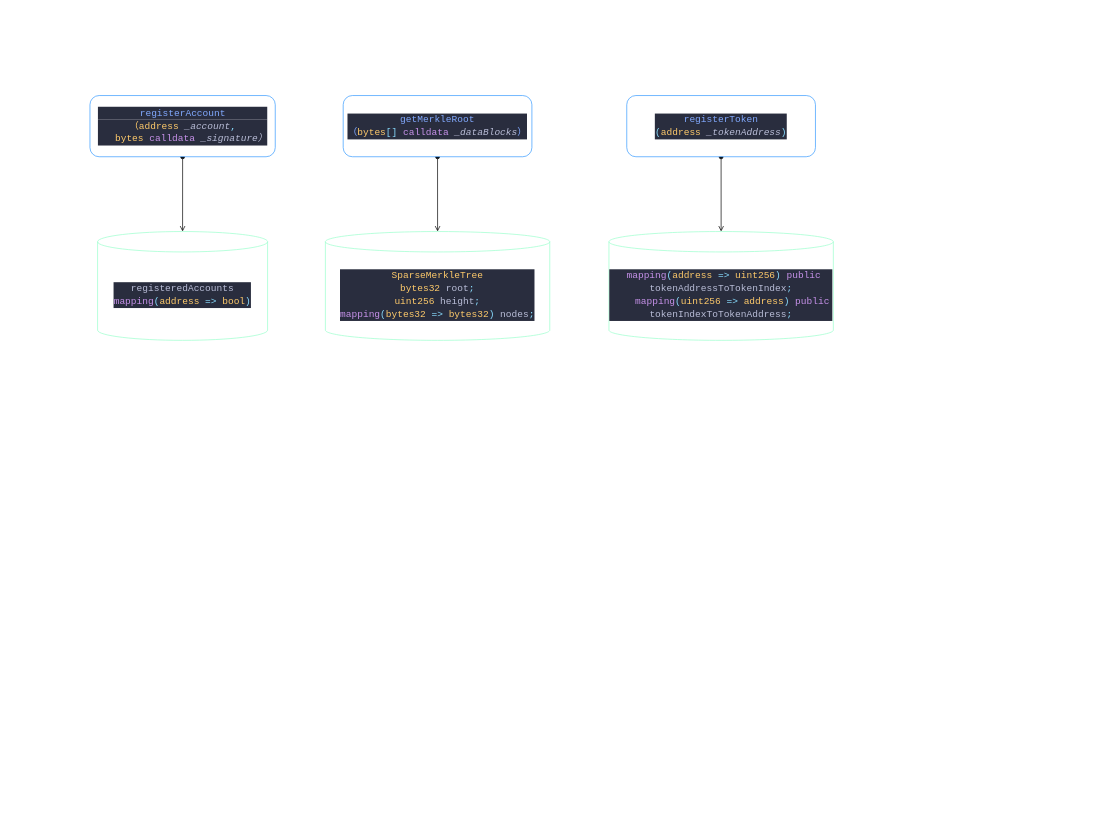
The draw.io diagram OR.drawio in bullshitking-99/optimistic-rollup, before the edit. Source tidied: cells renumbered, new cells numbered last; positions are measured from the earlier drawing's top-left corner, leaving out a move shared by most shapes. Both pictures are drawn from the tidied source at 68%, with x=0, y=0 at pixel (90, 95).
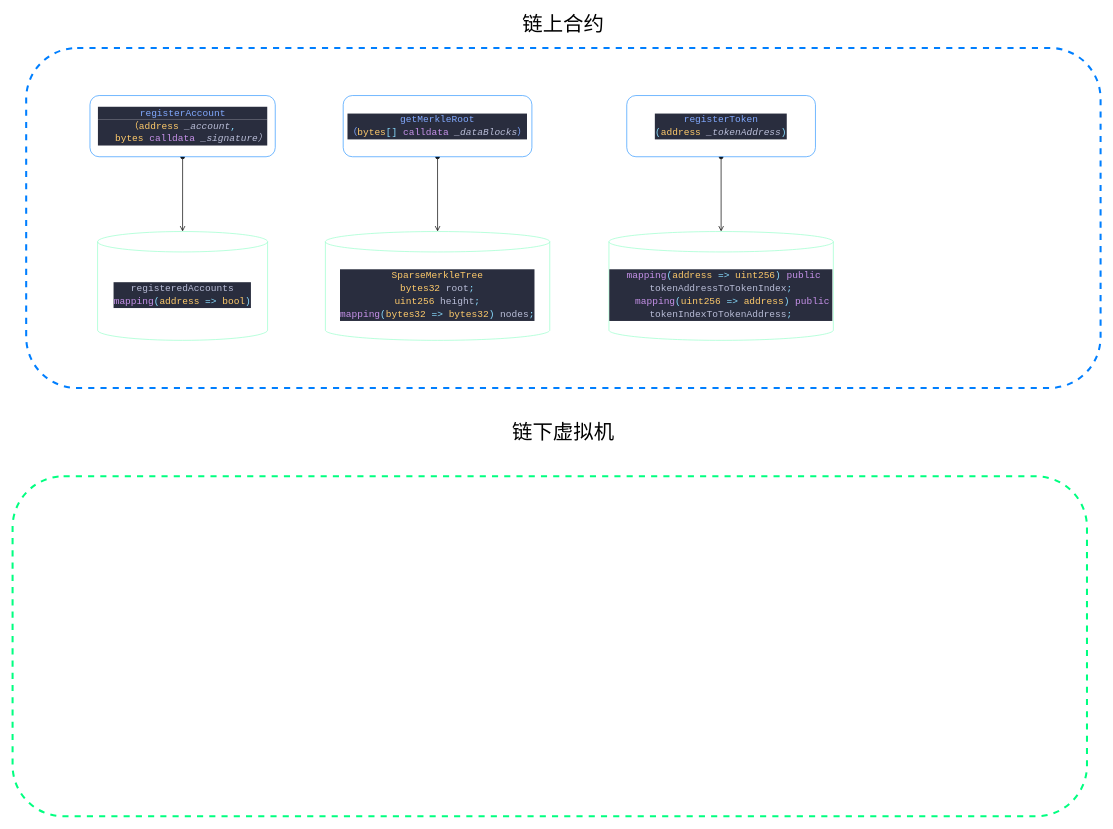
The same page after the edit.

What changed in the source:
```diff
@@
 <mxGraphModel>
   <root>
     <mxCell id="0" />
     <mxCell id="1" parent="0" />
+    <mxCell id="11" style="rounded=1;whiteSpace=wrap;html=1;fillColor=none;strokeColor=#00FF80;dashed=1;strokeWidth=3;" parent="1" vertex="1">
+      <mxGeometry x="-114" y="560" width="1580" height="500" as="geometry" />
+    </mxCell>
+    <mxCell id="12" style="rounded=1;whiteSpace=wrap;html=1;fillColor=none;strokeColor=#007FFF;dashed=1;strokeWidth=3;" parent="1" vertex="1">
+      <mxGeometry x="-94" y="-70" width="1580" height="500" as="geometry" />
+    </mxCell>
     <mxCell id="2" style="edgeStyle=none;html=1;exitX=0.5;exitY=1;exitDx=0;exitDy=0;entryX=0.5;entryY=0;entryDx=0;entryDy=0;entryPerimeter=0;startArrow=oval;startFill=1;endArrow=open;endFill=0;" parent="1" edge="1" source="3" target="4">
       <mxGeometry relative="1" as="geometry" />
     </mxCell>
     <mxCell id="3" value="&lt;div style=&quot;color: rgb(186, 190, 216); background-color: rgb(41, 45, 62); font-family: &amp;quot;Fira Code&amp;quot;, Consolas, &amp;quot;Microsoft Yahei&amp;quot;, Consolas, &amp;quot;Courier New&amp;quot;, monospace; font-size: 14px; line-height: 19px;&quot;&gt;&lt;span style=&quot;color: #82aaff;&quot;&gt;registerAccount&lt;/span&gt;&lt;/div&gt;&lt;div style=&quot;color: rgb(186, 190, 216); background-color: rgb(41, 45, 62); font-family: &amp;quot;Fira Code&amp;quot;, Consolas, &amp;quot;Microsoft Yahei&amp;quot;, Consolas, &amp;quot;Courier New&amp;quot;, monospace; font-size: 14px; line-height: 19px;&quot;&gt;&lt;div style=&quot;line-height: 19px;&quot;&gt;&lt;div style=&quot;line-height: 19px;&quot;&gt;&lt;div&gt;&lt;span style=&quot;color: #ffcb6b;&quot;&gt;（address&lt;/span&gt; &lt;span style=&quot;font-style: italic;&quot;&gt;_account&lt;/span&gt;&lt;span style=&quot;color: #89ddff;&quot;&gt;,&lt;/span&gt;&lt;/div&gt;&lt;div&gt;&amp;nbsp; &amp;nbsp;&lt;span style=&quot;color: #ffcb6b;&quot;&gt;bytes&lt;/span&gt; &lt;span style=&quot;color: #c792ea;&quot;&gt;calldata&lt;/span&gt; &lt;span style=&quot;font-style: italic;&quot;&gt;_signature）&lt;/span&gt;&lt;/div&gt;&lt;/div&gt;&lt;/div&gt;&lt;/div&gt;" style="rounded=1;whiteSpace=wrap;html=1;strokeColor=#3399FF;" parent="1" vertex="1">
       <mxGeometry x="-0.2" width="272.5" height="90" as="geometry" />
     </mxCell>
     <mxCell id="4" value="&lt;div style=&quot;background-color: rgb(41, 45, 62); font-family: &amp;quot;Fira Code&amp;quot;, Consolas, &amp;quot;Microsoft Yahei&amp;quot;, Consolas, &amp;quot;Courier New&amp;quot;, monospace; font-size: 14px; line-height: 19px;&quot;&gt;&lt;div style=&quot;line-height: 19px;&quot;&gt;&lt;div style=&quot;color: rgb(186, 190, 216); line-height: 19px;&quot;&gt;&lt;div style=&quot;line-height: 19px;&quot;&gt;registeredAccounts&lt;/div&gt;&lt;/div&gt;&lt;div style=&quot;color: rgb(186, 190, 216); line-height: 19px;&quot;&gt;&lt;span style=&quot;color: #c792ea;&quot;&gt;mapping&lt;/span&gt;&lt;span style=&quot;color: #89ddff;&quot;&gt;(&lt;/span&gt;&lt;span style=&quot;color: #ffcb6b;&quot;&gt;address&lt;/span&gt; &lt;span style=&quot;color: #89ddff;&quot;&gt;=&amp;gt;&lt;/span&gt; &lt;span style=&quot;color: #ffcb6b;&quot;&gt;bool&lt;/span&gt;&lt;span style=&quot;color: #89ddff;&quot;&gt;)&lt;/span&gt;&lt;/div&gt;&lt;/div&gt;&lt;/div&gt;" style="shape=cylinder3;whiteSpace=wrap;html=1;boundedLbl=1;backgroundOutline=1;size=15;strokeColor=#99FFCC;" parent="1" vertex="1">
       <mxGeometry x="11" y="200" width="250" height="160" as="geometry" />
     </mxCell>
     <mxCell id="5" value="&lt;div style=&quot;background-color: rgb(41, 45, 62); font-family: &amp;quot;Fira Code&amp;quot;, Consolas, &amp;quot;Microsoft Yahei&amp;quot;, Consolas, &amp;quot;Courier New&amp;quot;, monospace; font-size: 14px; line-height: 19px;&quot;&gt;&lt;div style=&quot;line-height: 19px;&quot;&gt;&lt;div style=&quot;color: rgb(186, 190, 216); line-height: 19px;&quot;&gt;&lt;div style=&quot;line-height: 19px;&quot;&gt;&lt;span style=&quot;color: rgb(255, 203, 107);&quot;&gt;SparseMerkleTree&lt;/span&gt;&lt;br&gt;&lt;/div&gt;&lt;/div&gt;&lt;div style=&quot;color: rgb(186, 190, 216); line-height: 19px;&quot;&gt;&lt;div style=&quot;line-height: 19px;&quot;&gt;&lt;div&gt;&lt;span style=&quot;color: #ffcb6b;&quot;&gt;bytes32&lt;/span&gt; root&lt;span style=&quot;color: #89ddff;&quot;&gt;;&lt;/span&gt;&lt;/div&gt;&lt;div&gt;&lt;span style=&quot;color: rgb(255, 203, 107);&quot;&gt;uint256&lt;/span&gt; height&lt;span style=&quot;color: rgb(137, 221, 255);&quot;&gt;;&lt;/span&gt;&lt;/div&gt;&lt;div&gt;&lt;span style=&quot;color: rgb(199, 146, 234);&quot;&gt;mapping&lt;/span&gt;&lt;span style=&quot;color: rgb(137, 221, 255);&quot;&gt;(&lt;/span&gt;&lt;span style=&quot;color: rgb(255, 203, 107);&quot;&gt;bytes32&lt;/span&gt; &lt;span style=&quot;color: rgb(137, 221, 255);&quot;&gt;=&amp;gt;&lt;/span&gt; &lt;span style=&quot;color: rgb(255, 203, 107);&quot;&gt;bytes32&lt;/span&gt;&lt;span style=&quot;color: rgb(137, 221, 255);&quot;&gt;)&lt;/span&gt; nodes&lt;span style=&quot;color: rgb(137, 221, 255);&quot;&gt;;&lt;/span&gt;&lt;/div&gt;&lt;/div&gt;&lt;/div&gt;&lt;/div&gt;&lt;/div&gt;" style="shape=cylinder3;whiteSpace=wrap;html=1;boundedLbl=1;backgroundOutline=1;size=15;strokeColor=#99FFCC;" parent="1" vertex="1">
       <mxGeometry x="346" y="200" width="330" height="160" as="geometry" />
     </mxCell>
     <mxCell id="6" style="edgeStyle=none;html=1;exitX=0.5;exitY=1;exitDx=0;exitDy=0;entryX=0.5;entryY=0;entryDx=0;entryDy=0;entryPerimeter=0;startArrow=oval;startFill=1;endArrow=open;endFill=0;" parent="1" edge="1" source="7" target="5">
       <mxGeometry relative="1" as="geometry" />
     </mxCell>
     <mxCell id="7" value="&lt;div style=&quot;color: rgb(186, 190, 216); background-color: rgb(41, 45, 62); font-family: &amp;quot;Fira Code&amp;quot;, Consolas, &amp;quot;Microsoft Yahei&amp;quot;, Consolas, &amp;quot;Courier New&amp;quot;, monospace; font-size: 14px; line-height: 19px;&quot;&gt;&lt;div style=&quot;line-height: 19px;&quot;&gt;&lt;span style=&quot;color: #82aaff;&quot;&gt;getMerkleRoot&lt;/span&gt;&lt;/div&gt;&lt;div style=&quot;line-height: 19px;&quot;&gt;&lt;span style=&quot;color: #82aaff;&quot;&gt;（&lt;/span&gt;&lt;span style=&quot;color: rgb(255, 203, 107);&quot;&gt;bytes&lt;/span&gt;&lt;span style=&quot;color: rgb(137, 221, 255);&quot;&gt;[]&lt;/span&gt;&lt;span style=&quot;&quot;&gt; &lt;/span&gt;&lt;span style=&quot;color: rgb(199, 146, 234);&quot;&gt;calldata&lt;/span&gt;&lt;span style=&quot;&quot;&gt; &lt;/span&gt;&lt;span style=&quot;font-style: italic;&quot;&gt;_dataBlocks&lt;/span&gt;&lt;span style=&quot;color: rgb(130, 170, 255);&quot;&gt;）&lt;/span&gt;&lt;/div&gt;&lt;/div&gt;" style="rounded=1;whiteSpace=wrap;html=1;strokeColor=#3399FF;" parent="1" vertex="1">
       <mxGeometry x="372.2" width="277.5" height="90" as="geometry" />
     </mxCell>
     <mxCell id="8" value="&lt;div style=&quot;background-color: rgb(41, 45, 62); font-family: &amp;quot;Fira Code&amp;quot;, Consolas, &amp;quot;Microsoft Yahei&amp;quot;, Consolas, &amp;quot;Courier New&amp;quot;, monospace; font-size: 14px; line-height: 19px;&quot;&gt;&lt;div style=&quot;line-height: 19px;&quot;&gt;&lt;div style=&quot;color: rgb(186, 190, 216); line-height: 19px;&quot;&gt;&lt;div style=&quot;line-height: 19px;&quot;&gt;&lt;div style=&quot;line-height: 19px;&quot;&gt;&lt;div&gt;&amp;nbsp;&lt;span style=&quot;color: #c792ea;&quot;&gt;mapping&lt;/span&gt;&lt;span style=&quot;color: #89ddff;&quot;&gt;(&lt;/span&gt;&lt;span style=&quot;color: #ffcb6b;&quot;&gt;address&lt;/span&gt; &lt;span style=&quot;color: #89ddff;&quot;&gt;=&amp;gt;&lt;/span&gt; &lt;span style=&quot;color: #ffcb6b;&quot;&gt;uint256&lt;/span&gt;&lt;span style=&quot;color: #89ddff;&quot;&gt;)&lt;/span&gt; &lt;span style=&quot;color: #c792ea;&quot;&gt;public&lt;/span&gt; tokenAddressToTokenIndex&lt;span style=&quot;color: #89ddff;&quot;&gt;;&lt;/span&gt;&lt;/div&gt;&lt;div&gt;&amp;nbsp; &amp;nbsp; &lt;span style=&quot;color: #c792ea;&quot;&gt;mapping&lt;/span&gt;&lt;span style=&quot;color: #89ddff;&quot;&gt;(&lt;/span&gt;&lt;span style=&quot;color: #ffcb6b;&quot;&gt;uint256&lt;/span&gt; &lt;span style=&quot;color: #89ddff;&quot;&gt;=&amp;gt;&lt;/span&gt; &lt;span style=&quot;color: #ffcb6b;&quot;&gt;address&lt;/span&gt;&lt;span style=&quot;color: #89ddff;&quot;&gt;)&lt;/span&gt; &lt;span style=&quot;color: #c792ea;&quot;&gt;public&lt;/span&gt; tokenIndexToTokenAddress&lt;span style=&quot;color: #89ddff;&quot;&gt;;&lt;/span&gt;&lt;/div&gt;&lt;/div&gt;&lt;/div&gt;&lt;/div&gt;&lt;/div&gt;&lt;/div&gt;" style="shape=cylinder3;whiteSpace=wrap;html=1;boundedLbl=1;backgroundOutline=1;size=15;strokeColor=#99FFCC;" parent="1" vertex="1">
       <mxGeometry x="763" y="200" width="330" height="160" as="geometry" />
     </mxCell>
     <mxCell id="9" style="edgeStyle=none;html=1;exitX=0.5;exitY=1;exitDx=0;exitDy=0;entryX=0.5;entryY=0;entryDx=0;entryDy=0;entryPerimeter=0;startArrow=oval;startFill=1;endArrow=open;endFill=0;" parent="1" edge="1" source="10" target="8">
       <mxGeometry relative="1" as="geometry" />
     </mxCell>
     <mxCell id="10" value="&lt;div style=&quot;color: rgb(186, 190, 216); background-color: rgb(41, 45, 62); font-family: &amp;quot;Fira Code&amp;quot;, Consolas, &amp;quot;Microsoft Yahei&amp;quot;, Consolas, &amp;quot;Courier New&amp;quot;, monospace; font-size: 14px; line-height: 19px;&quot;&gt;&lt;div style=&quot;line-height: 19px;&quot;&gt;&lt;div style=&quot;line-height: 19px;&quot;&gt;&lt;span style=&quot;color: #82aaff;&quot;&gt;registerToken&lt;/span&gt;&lt;/div&gt;&lt;div style=&quot;line-height: 19px;&quot;&gt;&lt;span style=&quot;color: #89ddff;&quot;&gt;(&lt;/span&gt;&lt;span style=&quot;color: #ffcb6b;&quot;&gt;address&lt;/span&gt; &lt;span style=&quot;font-style: italic;&quot;&gt;_tokenAddress&lt;/span&gt;&lt;span style=&quot;color: #89ddff;&quot;&gt;)&lt;/span&gt;&lt;/div&gt;&lt;/div&gt;&lt;/div&gt;" style="rounded=1;whiteSpace=wrap;html=1;strokeColor=#3399FF;" parent="1" vertex="1">
       <mxGeometry x="789.2" width="277.5" height="90" as="geometry" />
     </mxCell>
+    <mxCell id="13" value="链上合约" style="text;html=1;strokeColor=none;fillColor=none;align=center;verticalAlign=middle;whiteSpace=wrap;rounded=0;dashed=1;strokeWidth=3;fontSize=30;" parent="1" vertex="1">
+      <mxGeometry x="571" y="-120" width="250" height="30" as="geometry" />
+    </mxCell>
+    <mxCell id="14" value="链下虚拟机" style="text;html=1;strokeColor=none;fillColor=none;align=center;verticalAlign=middle;whiteSpace=wrap;rounded=0;dashed=1;strokeWidth=3;fontSize=30;" parent="1" vertex="1">
+      <mxGeometry x="571" y="480" width="250" height="30" as="geometry" />
+    </mxCell>
   </root>
 </mxGraphModel>
```
